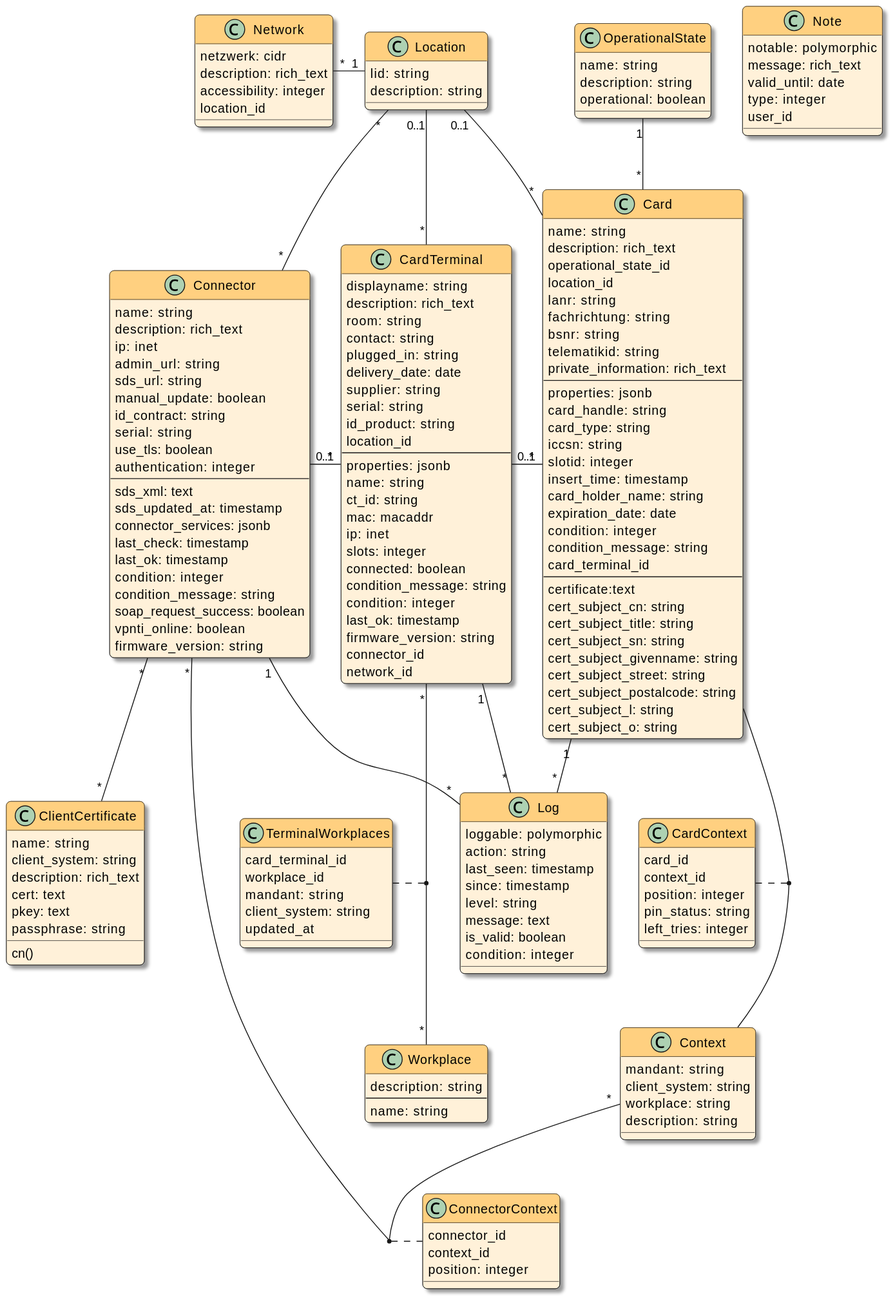
Earlier version of the PlantUML export docsrc/devnotes/modules/ROOT/images/models.svg (swobspace/cocard).
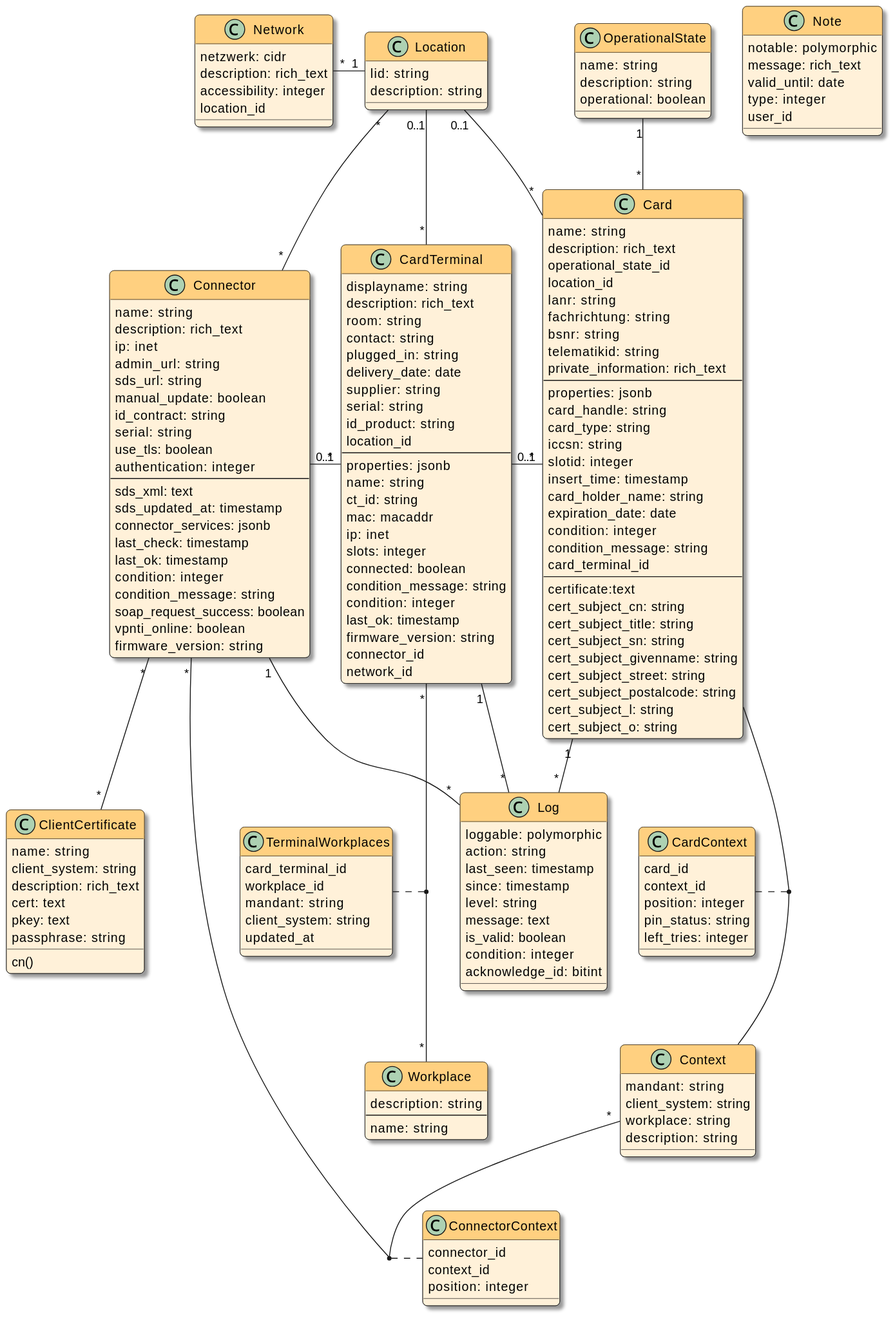
After the commit.

Commit message:
add Log#acknowledge_id as reference to current acknowledge

Diff of the diagram source:
```diff
@@ -141,6 +141,7 @@
   message: text
   is_valid: boolean
   condition: integer
+  acknowledge_id: bitint
 }
 
 Class Network {
```
